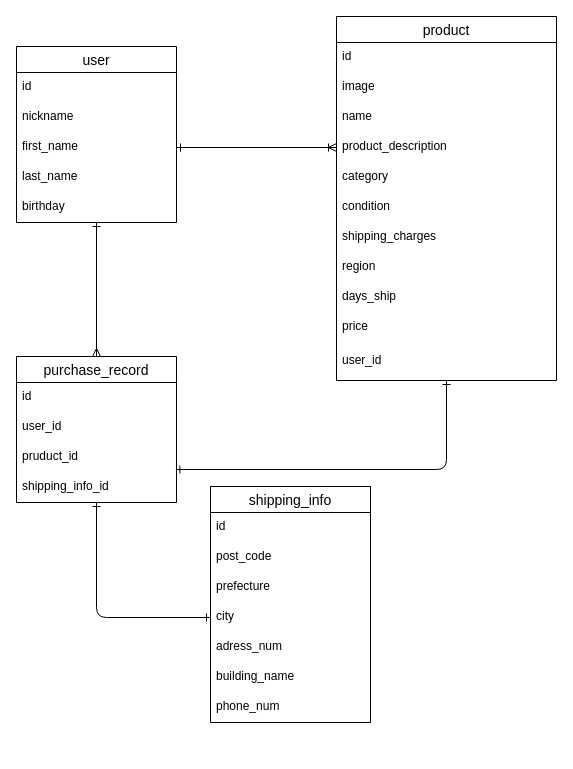
The draw.io diagram furima.dio in Jhonx298/furima-38781, before the edit. Source tidied: cells renumbered, new cells numbered last; positions are measured from the earlier drawing's top-left corner, leaving out a move shared by most shapes. Both pictures are drawn from the tidied source at 100%, with x=0, y=0 at pixel (16, 16).
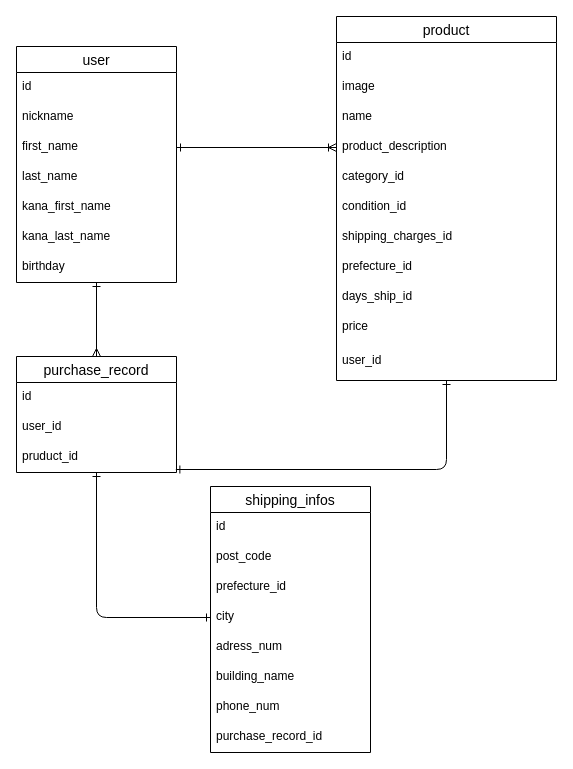
The same diagram, later.

Commit message (it also covers changes not shown here):
ER図、テーブルの作成

The change refers to these unchanged cells:
```xml
<mxCell id="10" value="product" style="swimlane;fontStyle=0;horizontal=1;startSize=26;align=center;fontSize=14;" parent="1" vertex="1">
  <mxGeometry x="320" width="220" height="364" as="geometry" />
</mxCell>
```

Diff of the diagram source:
```diff
@@
     <mxCell id="3" value="user" style="swimlane;fontStyle=0;horizontal=1;startSize=26;align=center;fontSize=14;" parent="1" vertex="1">
-      <mxGeometry y="30" width="160" height="176" as="geometry" />
+      <mxGeometry y="30" width="160" height="236" as="geometry" />
     </mxCell>
@@
+    <mxCell id="37" value="kana_first_name" style="text;strokeColor=none;fillColor=none;spacingLeft=4;spacingRight=4;overflow=hidden;fontSize=12;" parent="3" vertex="1">
+      <mxGeometry y="146" width="160" height="30" as="geometry" />
+    </mxCell>
+    <mxCell id="38" value="kana_last_name" style="text;strokeColor=none;fillColor=none;spacingLeft=4;spacingRight=4;overflow=hidden;fontSize=12;" parent="3" vertex="1">
+      <mxGeometry y="176" width="160" height="30" as="geometry" />
+    </mxCell>
     <mxCell id="8" value="birthday" style="text;strokeColor=none;fillColor=none;spacingLeft=4;spacingRight=4;overflow=hidden;fontSize=12;" parent="3" vertex="1">
-      <mxGeometry y="146" width="160" height="30" as="geometry" />
+      <mxGeometry y="206" width="160" height="30" as="geometry" />
     </mxCell>
@@
-    <mxCell id="15" value="category" style="text;strokeColor=none;fillColor=none;spacingLeft=4;spacingRight=4;overflow=hidden;fontSize=12;" parent="10" vertex="1">
+    <mxCell id="15" value="category_id" style="text;strokeColor=none;fillColor=none;spacingLeft=4;spacingRight=4;overflow=hidden;fontSize=12;" parent="10" vertex="1">
       <mxGeometry y="146" width="220" height="30" as="geometry" />
     </mxCell>
-    <mxCell id="16" value="condition" style="text;strokeColor=none;fillColor=none;spacingLeft=4;spacingRight=4;overflow=hidden;fontSize=12;" parent="10" vertex="1">
+    <mxCell id="16" value="condition_id" style="text;strokeColor=none;fillColor=none;spacingLeft=4;spacingRight=4;overflow=hidden;fontSize=12;" parent="10" vertex="1">
       <mxGeometry y="176" width="220" height="30" as="geometry" />
     </mxCell>
-    <mxCell id="17" value="shipping_charges" style="text;strokeColor=none;fillColor=none;spacingLeft=4;spacingRight=4;overflow=hidden;fontSize=12;" parent="10" vertex="1">
+    <mxCell id="17" value="shipping_charges_id" style="text;strokeColor=none;fillColor=none;spacingLeft=4;spacingRight=4;overflow=hidden;fontSize=12;" parent="10" vertex="1">
       <mxGeometry y="206" width="220" height="30" as="geometry" />
     </mxCell>
-    <mxCell id="18" value="region" style="text;strokeColor=none;fillColor=none;spacingLeft=4;spacingRight=4;overflow=hidden;fontSize=12;" parent="10" vertex="1">
+    <mxCell id="18" value="prefecture_id" style="text;strokeColor=none;fillColor=none;spacingLeft=4;spacingRight=4;overflow=hidden;fontSize=12;" parent="10" vertex="1">
       <mxGeometry y="236" width="220" height="30" as="geometry" />
     </mxCell>
-    <mxCell id="19" value="days_ship" style="text;strokeColor=none;fillColor=none;spacingLeft=4;spacingRight=4;overflow=hidden;fontSize=12;" parent="10" vertex="1">
+    <mxCell id="19" value="days_ship_id" style="text;strokeColor=none;fillColor=none;spacingLeft=4;spacingRight=4;overflow=hidden;fontSize=12;" parent="10" vertex="1">
       <mxGeometry y="266" width="220" height="30" as="geometry" />
     </mxCell>
@@
-    <mxCell id="22" value="shipping_info" style="swimlane;fontStyle=0;horizontal=1;startSize=26;align=center;fontSize=14;" parent="1" vertex="1">
-      <mxGeometry x="194" y="470" width="160" height="236" as="geometry" />
+    <mxCell id="22" value="shipping_infos" style="swimlane;fontStyle=0;horizontal=1;startSize=26;align=center;fontSize=14;" parent="1" vertex="1">
+      <mxGeometry x="194" y="470" width="160" height="266" as="geometry" />
     </mxCell>
@@
-    <mxCell id="25" value="prefecture" style="text;strokeColor=none;fillColor=none;spacingLeft=4;spacingRight=4;overflow=hidden;fontSize=12;" parent="22" vertex="1">
+    <mxCell id="25" value="prefecture_id" style="text;strokeColor=none;fillColor=none;spacingLeft=4;spacingRight=4;overflow=hidden;fontSize=12;" parent="22" vertex="1">
       <mxGeometry y="86" width="160" height="30" as="geometry" />
     </mxCell>
@@
+    <mxCell id="39" value="purchase_record_id" style="text;strokeColor=none;fillColor=none;spacingLeft=4;spacingRight=4;overflow=hidden;fontSize=12;" parent="22" vertex="1">
+      <mxGeometry y="236" width="160" height="30" as="geometry" />
+    </mxCell>
@@
     <mxCell id="32" value="purchase_record" style="swimlane;fontStyle=0;horizontal=1;startSize=26;align=center;fontSize=14;" parent="1" vertex="1">
-      <mxGeometry y="340" width="160" height="146" as="geometry" />
+      <mxGeometry y="340" width="160" height="116" as="geometry" />
     </mxCell>
@@
-    <mxCell id="36" value="shipping_info_id" style="text;strokeColor=none;fillColor=none;spacingLeft=4;spacingRight=4;overflow=hidden;fontSize=12;" parent="32" vertex="1">
-      <mxGeometry y="116" width="160" height="30" as="geometry" />
-    </mxCell>
```
